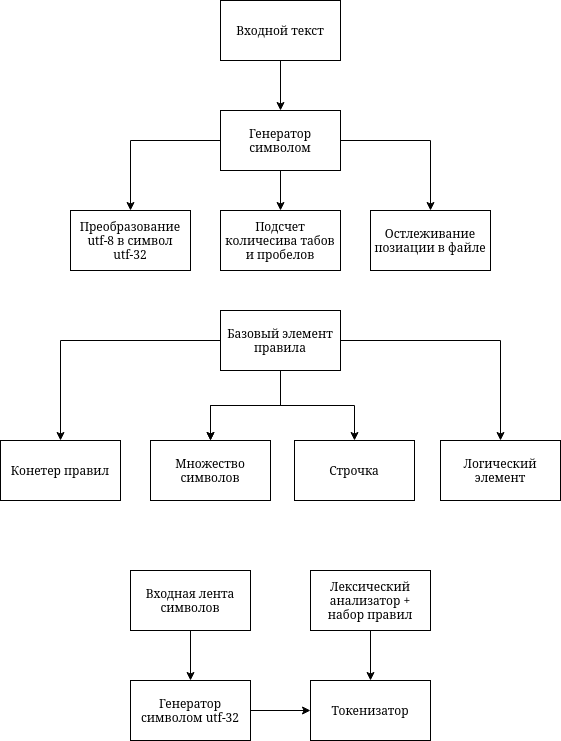
Vaskozlov/test keeps this draw.io diagram as Untitled Diagram.drawio.png. Above is the earlier version. Source tidied: cells renumbered, new cells last; positions are measured from the earlier drawing's top-left corner, leaving out a move shared by most shapes.
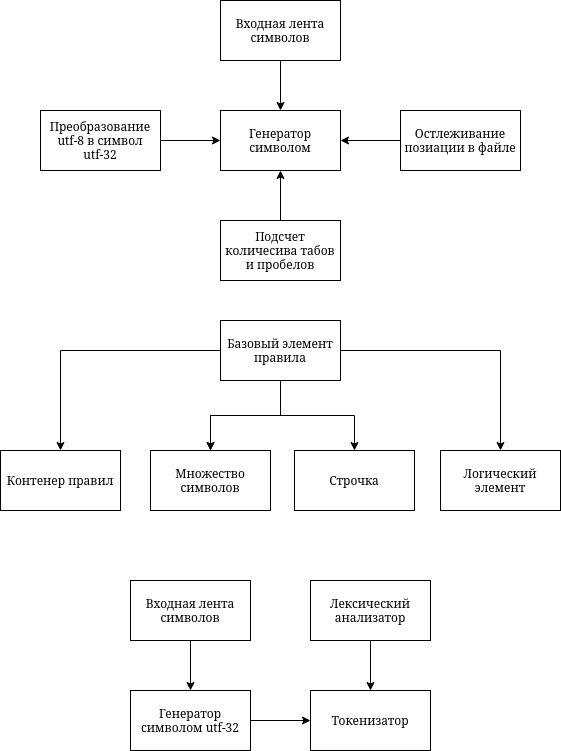
Above is the later version.

Diff of the diagram source:
```diff
@@ -5,34 +5,34 @@
     <mxCell id="2" style="edgeStyle=orthogonalEdgeStyle;rounded=0;jettySize=auto;html=1;" parent="1" edge="1" source="3" target="7">
       <mxGeometry relative="1" as="geometry" />
     </mxCell>
-    <mxCell id="3" value="Входной текст" style="rounded=0;whiteSpace=wrap;html=1;" parent="1" vertex="1">
-      <mxGeometry x="220" width="120" height="60" as="geometry" />
+    <mxCell id="3" value="Входная лента символов" style="rounded=0;whiteSpace=wrap;html=1;" parent="1" vertex="1">
+      <mxGeometry x="220" y="-10" width="120" height="60" as="geometry" />
     </mxCell>
-    <mxCell id="4" style="edgeStyle=orthogonalEdgeStyle;rounded=0;jettySize=auto;html=1;" parent="1" edge="1" source="7" target="8">
-      <mxGeometry relative="1" as="geometry" />
-    </mxCell>
-    <mxCell id="5" style="edgeStyle=orthogonalEdgeStyle;rounded=0;jettySize=auto;html=1;" parent="1" edge="1" source="7" target="9">
-      <mxGeometry relative="1" as="geometry" />
-    </mxCell>
-    <mxCell id="6" style="edgeStyle=orthogonalEdgeStyle;rounded=0;jettySize=auto;html=1;" parent="1" edge="1" source="7" target="10">
-      <mxGeometry relative="1" as="geometry" />
-    </mxCell>
     <mxCell id="7" value="Генератор символом" style="rounded=0;whiteSpace=wrap;html=1;" parent="1" vertex="1">
-      <mxGeometry x="220" y="110" width="120" height="60" as="geometry" />
+      <mxGeometry x="220" y="100" width="120" height="60" as="geometry" />
     </mxCell>
+    <mxCell id="28" style="edgeStyle=orthogonalEdgeStyle;rounded=0;jettySize=auto;html=1;entryX=0;entryY=0.5;entryDx=0;entryDy=0;" parent="1" edge="1" source="8" target="7">
+      <mxGeometry relative="1" as="geometry" />
+    </mxCell>
     <mxCell id="8" value="Преобразование utf-8 в символ utf-32" style="whiteSpace=wrap;html=1;rounded=0;" parent="1" vertex="1">
-      <mxGeometry x="70" y="210" width="120" height="60" as="geometry" />
+      <mxGeometry x="40" y="100" width="120" height="60" as="geometry" />
     </mxCell>
+    <mxCell id="29" style="edgeStyle=orthogonalEdgeStyle;rounded=0;jettySize=auto;html=1;entryX=0.5;entryY=1;entryDx=0;entryDy=0;" parent="1" edge="1" source="9" target="7">
+      <mxGeometry relative="1" as="geometry" />
+    </mxCell>
     <mxCell id="9" value="Подсчет количесива табов и пробелов" style="whiteSpace=wrap;html=1;rounded=0;" parent="1" vertex="1">
       <mxGeometry x="220" y="210" width="120" height="60" as="geometry" />
     </mxCell>
+    <mxCell id="30" style="edgeStyle=orthogonalEdgeStyle;rounded=0;jettySize=auto;html=1;entryX=1;entryY=0.5;entryDx=0;entryDy=0;" parent="1" edge="1" source="10" target="7">
+      <mxGeometry relative="1" as="geometry" />
+    </mxCell>
     <mxCell id="10" value="Остлеживание позиации в файле" style="whiteSpace=wrap;html=1;rounded=0;" parent="1" vertex="1">
-      <mxGeometry x="370" y="210" width="120" height="60" as="geometry" />
+      <mxGeometry x="400" y="100" width="120" height="60" as="geometry" />
     </mxCell>
     <mxCell id="11" style="edgeStyle=orthogonalEdgeStyle;rounded=0;jettySize=auto;html=1;entryX=0.5;entryY=0;entryDx=0;entryDy=0;" parent="1" edge="1" source="12" target="13">
       <mxGeometry relative="1" as="geometry" />
     </mxCell>
-    <mxCell id="12" value="Лексический анализатор + набор правил" style="rounded=0;whiteSpace=wrap;html=1;" parent="1" vertex="1">
+    <mxCell id="12" value="Лексический анализатор" style="rounded=0;whiteSpace=wrap;html=1;" parent="1" vertex="1">
       <mxGeometry x="310" y="570" width="120" height="60" as="geometry" />
     </mxCell>
     <mxCell id="13" value="Токенизатор" style="rounded=0;whiteSpace=wrap;html=1;" parent="1" vertex="1">
@@ -68,7 +68,7 @@
     <mxCell id="23" value="Базовый элемент правила" style="rounded=0;whiteSpace=wrap;html=1;" parent="1" vertex="1">
       <mxGeometry x="220" y="310" width="120" height="60" as="geometry" />
     </mxCell>
-    <mxCell id="24" value="Конетер правил" style="whiteSpace=wrap;html=1;rounded=0;" parent="1" vertex="1">
+    <mxCell id="24" value="Контенер правил" style="whiteSpace=wrap;html=1;rounded=0;" parent="1" vertex="1">
       <mxGeometry y="440" width="120" height="60" as="geometry" />
     </mxCell>
     <mxCell id="25" value="Множество символов" style="whiteSpace=wrap;html=1;rounded=0;" parent="1" vertex="1">
```
